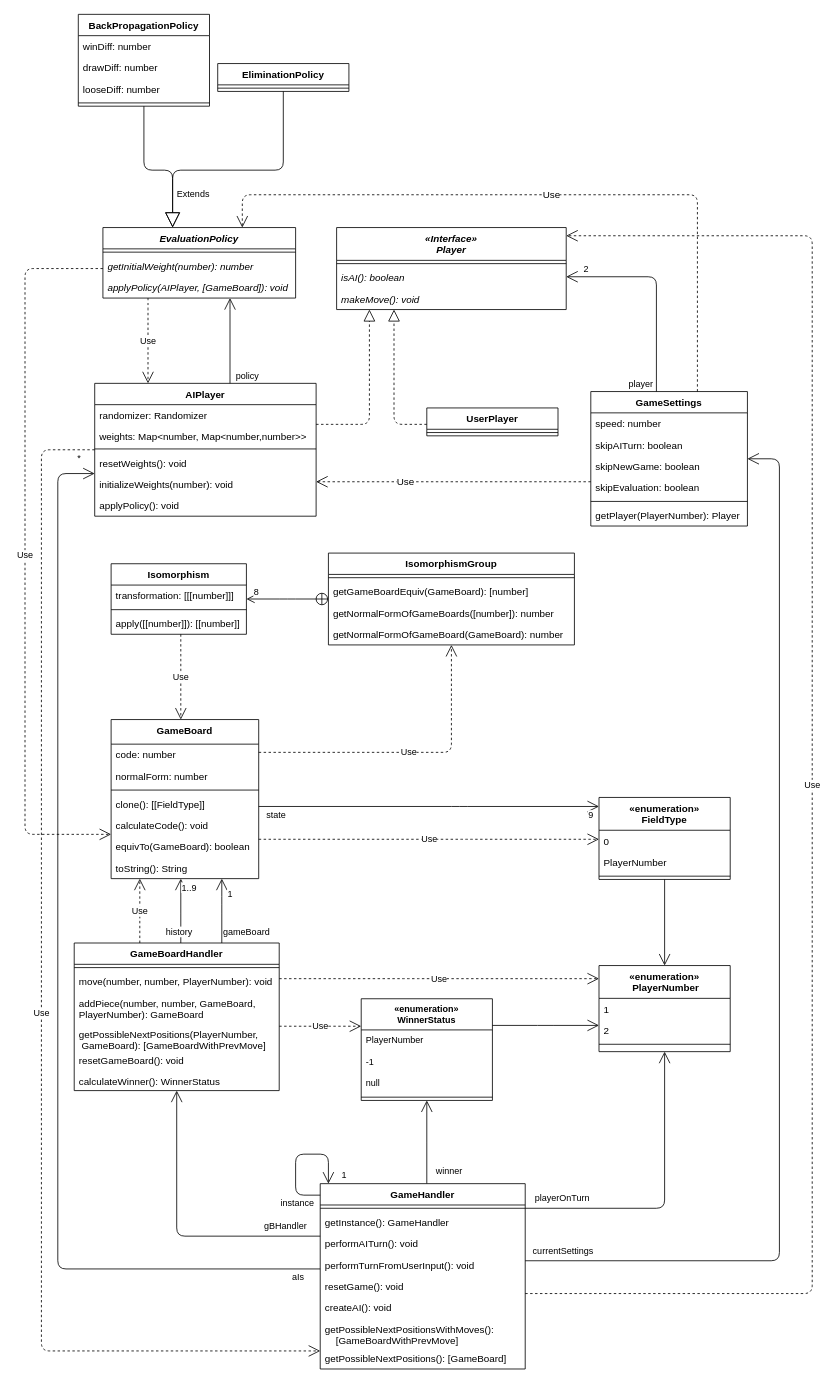
The draw.io diagram ProductBacklog/Klassendiagramme/Planung.drawio in idlaviV/TIKTacToe, before the edit. Source tidied: cells renumbered, new cells numbered last; positions are measured from the earlier drawing's top-left corner, leaving out a move shared by most shapes. Both pictures are drawn from the tidied source at 82%, with x=0, y=0 at pixel (25, 14).
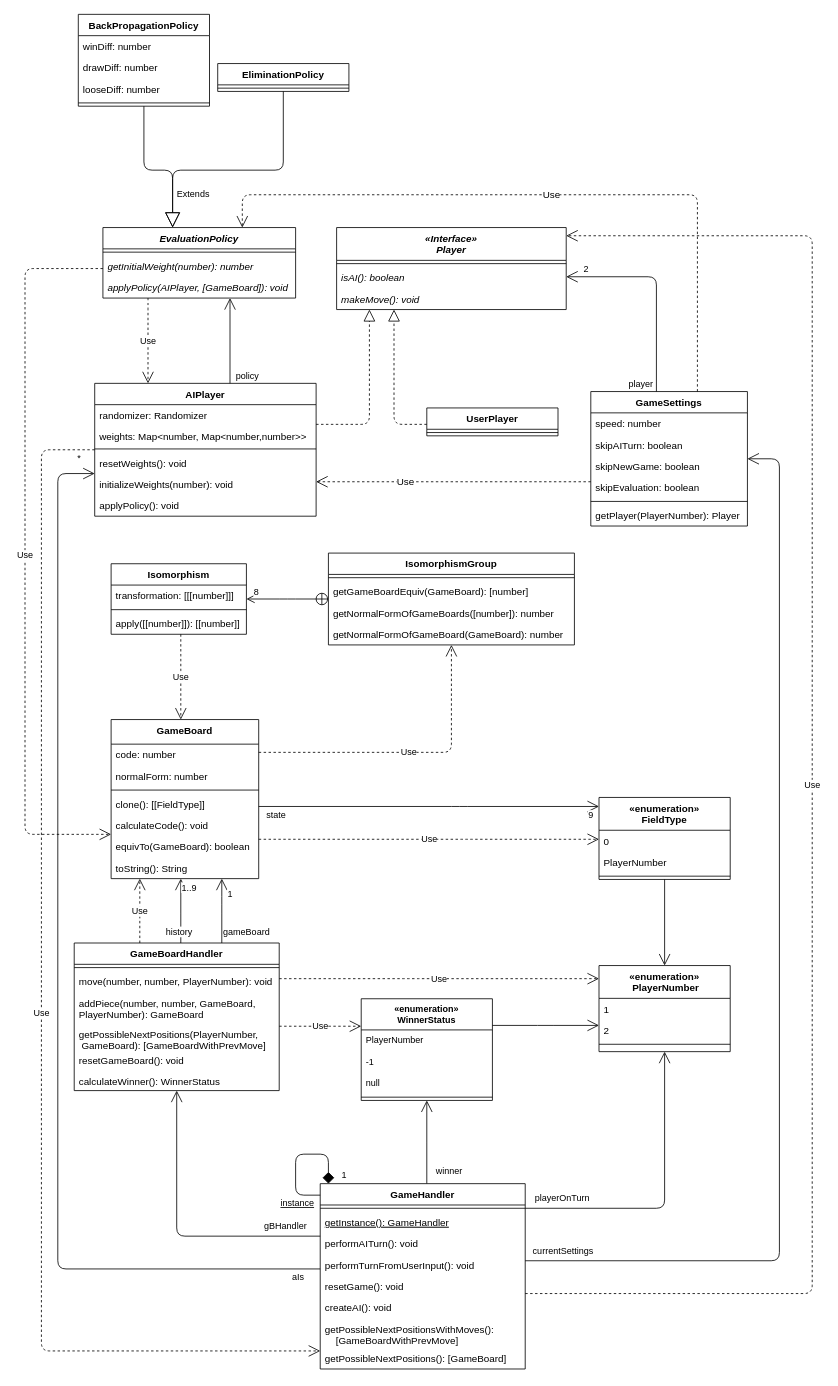
The same diagram, later.

Commit message (it also covers changes not shown here):
kleinere änderungen

Unchanged cells that the change refers to:
```xml
<mxCell id="79" value="GameHandler" style="swimlane;fontStyle=1;align=center;verticalAlign=top;horizontal=1;startSize=26;labelBackgroundColor=default;fillStyle=auto;" parent="1" vertex="1">
  <mxGeometry x="360" y="1426" width="250" height="226" as="geometry" />
</mxCell>
```

Diff of the diagram source:
```diff
@@
-    <mxCell id="81" value="getInstance(): GameHandler" style="text;strokeColor=none;fillColor=none;align=left;verticalAlign=top;spacingLeft=4;spacingRight=4;overflow=hidden;" parent="79" vertex="1">
+    <mxCell id="81" value="getInstance(): GameHandler" style="text;strokeColor=none;fillColor=none;align=left;verticalAlign=top;spacingLeft=4;spacingRight=4;overflow=hidden;fontStyle=4;" parent="79" vertex="1">
       <mxGeometry y="34" width="250" height="26" as="geometry" />
     </mxCell>
@@
-    <mxCell id="118" value="&lt;font style=&quot;font-size: 11px;&quot;&gt;instance&lt;/font&gt;" style="endArrow=open;endFill=1;endSize=12;html=1;fontSize=12;edgeStyle=orthogonalEdgeStyle;" parent="1" edge="1" source="79" target="79">
+    <mxCell id="118" value="&lt;font style=&quot;font-size: 11px;&quot;&gt;&lt;u&gt;instance&lt;/u&gt;&lt;/font&gt;" style="endArrow=diamond;endFill=1;endSize=12;html=1;fontSize=12;edgeStyle=orthogonalEdgeStyle;" parent="1" edge="1" source="79" target="79">
       <mxGeometry x="-0.64" y="10" relative="1" as="geometry">
         <Array as="points">
           <mxPoint x="330" y="1440" />
           <mxPoint x="330" y="1390" />
           <mxPoint x="370" y="1390" />
         </Array>
       </mxGeometry>
     </mxCell>
```
